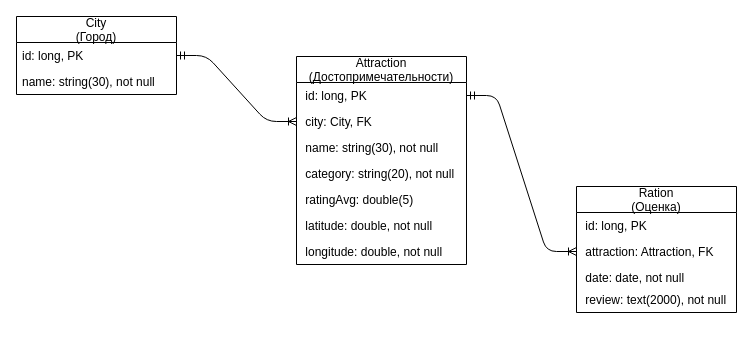
Above: page "Страница 1" (1 of 2) of doc/Diagram.drawio in Gobl1n2234/Attraction1 (draw.io), before the change. Source tidied: cells renumbered, new cells numbered last; positions are measured from the earlier drawing's top-left corner, leaving out a move shared by most shapes. Both pictures are drawn from the tidied source at 100%, with x=0, y=0 at pixel (16, 16).
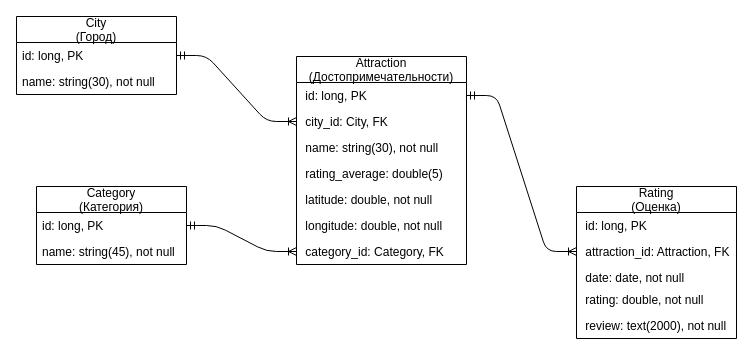
Above is the later version.

The change refers to these unchanged cells:
```xml
<mxCell id="2" value="Attraction&#10;(Достопримечательности)" style="swimlane;fontStyle=0;horizontal=1;startSize=26;fillColor=none;" parent="1" vertex="1">
  <mxGeometry x="280" y="40" width="170" height="208" as="geometry" />
</mxCell>
<mxCell id="3" value=" id: long, PK" style="text;strokeColor=none;fillColor=none;align=left;verticalAlign=top;spacingLeft=4;spacingRight=4;overflow=hidden;points=[[0,0.5],[1,0.5]];portConstraint=eastwest;" parent="2" vertex="1">
  <mxGeometry y="26" width="170" height="26" as="geometry" />
</mxCell>
```

The edit, as a diff of the source:
```diff
@@
-    <mxCell id="4" value=" city: City, FK" style="text;strokeColor=none;fillColor=none;align=left;verticalAlign=top;spacingLeft=4;spacingRight=4;overflow=hidden;points=[[0,0.5],[1,0.5]];portConstraint=eastwest;" parent="2" vertex="1">
+    <mxCell id="4" value=" city_id: City, FK" style="text;strokeColor=none;fillColor=none;align=left;verticalAlign=top;spacingLeft=4;spacingRight=4;overflow=hidden;points=[[0,0.5],[1,0.5]];portConstraint=eastwest;" parent="2" vertex="1">
       <mxGeometry y="52" width="170" height="26" as="geometry" />
     </mxCell>
@@
-    <mxCell id="6" value=" category: string(20), not null" style="text;strokeColor=none;fillColor=none;align=left;verticalAlign=top;spacingLeft=4;spacingRight=4;overflow=hidden;" parent="2" vertex="1">
-      <mxGeometry y="104" width="170" height="26" as="geometry" />
-    </mxCell>
-    <mxCell id="7" value=" ratingAvg: double(5)" style="text;strokeColor=none;fillColor=none;align=left;verticalAlign=top;spacingLeft=4;spacingRight=4;overflow=hidden;" parent="2" vertex="1">
-      <mxGeometry y="130" width="170" height="26" as="geometry" />
+    <mxCell id="7" value=" rating_average: double(5)" style="text;strokeColor=none;fillColor=none;align=left;verticalAlign=top;spacingLeft=4;spacingRight=4;overflow=hidden;" parent="2" vertex="1">
+      <mxGeometry y="104" width="170" height="26" as="geometry" />
     </mxCell>
     <mxCell id="8" value=" latitude: double, not null" style="text;strokeColor=none;fillColor=none;align=left;verticalAlign=top;spacingLeft=4;spacingRight=4;overflow=hidden;" parent="2" vertex="1">
-      <mxGeometry y="156" width="170" height="26" as="geometry" />
+      <mxGeometry y="130" width="170" height="26" as="geometry" />
     </mxCell>
+    <mxCell id="20" value=" longitude: double, not null" style="text;strokeColor=none;fillColor=none;align=left;verticalAlign=top;spacingLeft=4;spacingRight=4;overflow=hidden;" parent="2" vertex="1">
+      <mxGeometry y="156" width="170" height="26" as="geometry" />
+    </mxCell>
-    <mxCell id="9" value=" longitude: double, not null" style="text;strokeColor=none;fillColor=none;align=left;verticalAlign=top;spacingLeft=4;spacingRight=4;overflow=hidden;points=[[0,0.5],[1,0.5]];portConstraint=eastwest;" parent="2" vertex="1">
+    <mxCell id="9" value=" category_id: Category, FK" style="text;strokeColor=none;fillColor=none;align=left;verticalAlign=top;spacingLeft=4;spacingRight=4;overflow=hidden;points=[[0,0.5],[1,0.5]];portConstraint=eastwest;" parent="2" vertex="1">
       <mxGeometry y="182" width="170" height="26" as="geometry" />
     </mxCell>
-    <mxCell id="10" value="Ration&#10;(Оценка)" style="swimlane;fontStyle=0;horizontal=1;startSize=26;fillColor=none;" parent="1" vertex="1">
-      <mxGeometry x="560" y="170" width="160" height="126" as="geometry" />
-    </mxCell>
-    <mxCell id="11" value=" id: long, PK" style="text;strokeColor=none;fillColor=none;align=left;verticalAlign=top;spacingLeft=4;spacingRight=4;overflow=hidden;" parent="10" vertex="1">
-      <mxGeometry y="26" width="160" height="26" as="geometry" />
-    </mxCell>
-    <mxCell id="12" value=" attraction: Attraction, FK" style="text;strokeColor=none;fillColor=none;align=left;verticalAlign=top;spacingLeft=4;spacingRight=4;overflow=hidden;points=[[0,0.5],[1,0.5]];portConstraint=eastwest;" parent="10" vertex="1">
-      <mxGeometry y="52" width="160" height="26" as="geometry" />
-    </mxCell>
-    <mxCell id="13" value=" date: date, not null" style="text;strokeColor=none;fillColor=none;align=left;verticalAlign=top;spacingLeft=4;spacingRight=4;overflow=hidden;" parent="10" vertex="1">
-      <mxGeometry y="78" width="160" height="22" as="geometry" />
-    </mxCell>
-    <mxCell id="14" value=" review: text(2000), not null" style="text;strokeColor=none;fillColor=none;align=left;verticalAlign=top;spacingLeft=4;spacingRight=4;overflow=hidden;" parent="10" vertex="1">
-      <mxGeometry y="100" width="160" height="26" as="geometry" />
-    </mxCell>
@@
-    <mxCell id="18" style="edgeStyle=entityRelationEdgeStyle;fontSize=12;html=1;endArrow=ERoneToMany;startArrow=ERmandOne;exitX=1;exitY=0.5;exitDx=0;exitDy=0;entryX=0;entryY=0.5;entryDx=0;entryDy=0;" parent="1" edge="1" source="3" target="12">
-      <mxGeometry relative="1" as="geometry" />
+    <mxCell id="18" style="edgeStyle=entityRelationEdgeStyle;fontSize=12;html=1;endArrow=ERoneToMany;startArrow=ERmandOne;exitX=1;exitY=0.5;exitDx=0;exitDy=0;entryX=0;entryY=0.5;entryDx=0;entryDy=0;" parent="1" edge="1" source="3">
+      <mxGeometry relative="1" as="geometry">
+        <mxPoint x="560" y="235" as="targetPoint" />
+      </mxGeometry>
     </mxCell>
@@
+    <mxCell id="21" value="Category&#10;(Категория)" style="swimlane;fontStyle=0;horizontal=1;startSize=26;fillColor=none;" parent="1" vertex="1">
+      <mxGeometry x="20" y="170" width="150" height="78" as="geometry" />
+    </mxCell>
+    <mxCell id="22" value="id: long, PK" style="text;strokeColor=none;fillColor=none;align=left;verticalAlign=top;spacingLeft=4;spacingRight=4;overflow=hidden;points=[[0,0.5],[1,0.5]];portConstraint=eastwest;" parent="21" vertex="1">
+      <mxGeometry y="26" width="150" height="26" as="geometry" />
+    </mxCell>
+    <mxCell id="23" value="name: string(45), not null" style="text;strokeColor=none;fillColor=none;align=left;verticalAlign=top;spacingLeft=4;spacingRight=4;overflow=hidden;" parent="21" vertex="1">
+      <mxGeometry y="52" width="150" height="26" as="geometry" />
+    </mxCell>
+    <mxCell id="24" style="edgeStyle=entityRelationEdgeStyle;fontSize=12;html=1;endArrow=ERoneToMany;startArrow=ERmandOne;exitX=1;exitY=0.5;exitDx=0;exitDy=0;entryX=0;entryY=0.5;entryDx=0;entryDy=0;" parent="1" edge="1" source="22" target="9">
+      <mxGeometry relative="1" as="geometry" />
+    </mxCell>
+    <mxCell id="25" value="Rating&#10;(Оценка)" style="swimlane;fontStyle=0;horizontal=1;startSize=26;fillColor=none;" parent="1" vertex="1">
+      <mxGeometry x="560" y="170" width="160" height="152" as="geometry" />
+    </mxCell>
+    <mxCell id="11" value=" id: long, PK" style="text;strokeColor=none;fillColor=none;align=left;verticalAlign=top;spacingLeft=4;spacingRight=4;overflow=hidden;" parent="25" vertex="1">
+      <mxGeometry y="26" width="160" height="26" as="geometry" />
+    </mxCell>
+    <mxCell id="26" value=" attraction_id: Attraction, FK" style="text;strokeColor=none;fillColor=none;align=left;verticalAlign=top;spacingLeft=4;spacingRight=4;overflow=hidden;" parent="25" vertex="1">
+      <mxGeometry y="52" width="160" height="26" as="geometry" />
+    </mxCell>
+    <mxCell id="13" value=" date: date, not null" style="text;strokeColor=none;fillColor=none;align=left;verticalAlign=top;spacingLeft=4;spacingRight=4;overflow=hidden;" parent="25" vertex="1">
+      <mxGeometry y="78" width="160" height="22" as="geometry" />
+    </mxCell>
+    <mxCell id="27" value=" rating: double, not null" style="text;strokeColor=none;fillColor=none;align=left;verticalAlign=top;spacingLeft=4;spacingRight=4;overflow=hidden;" parent="25" vertex="1">
+      <mxGeometry y="100" width="160" height="26" as="geometry" />
+    </mxCell>
+    <mxCell id="14" value=" review: text(2000), not null" style="text;strokeColor=none;fillColor=none;align=left;verticalAlign=top;spacingLeft=4;spacingRight=4;overflow=hidden;" parent="25" vertex="1">
+      <mxGeometry y="126" width="160" height="26" as="geometry" />
+    </mxCell>
```
